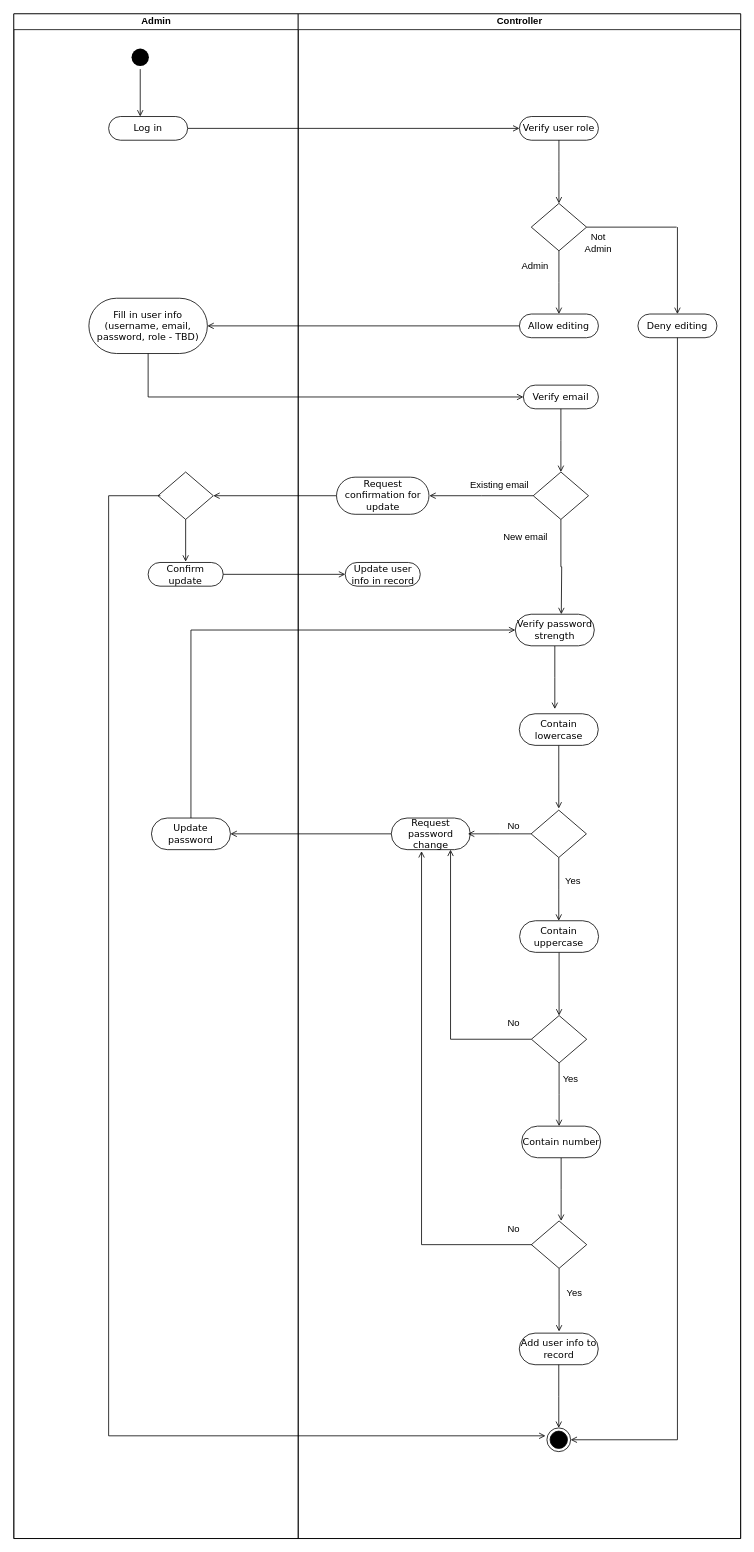
Earlier version of the draw.io diagram Activity_Diagram_Admin _Add_a_new_user.drawio (panda1835/Fulbright_SoftwareEngineering_FinalProject). Source tidied: cells renumbered, new cells numbered last; positions are measured from the earlier drawing's top-left corner, leaving out a move shared by most shapes. Both pictures are drawn from the tidied source at 79%, with x=0, y=0 at pixel (13, 13).
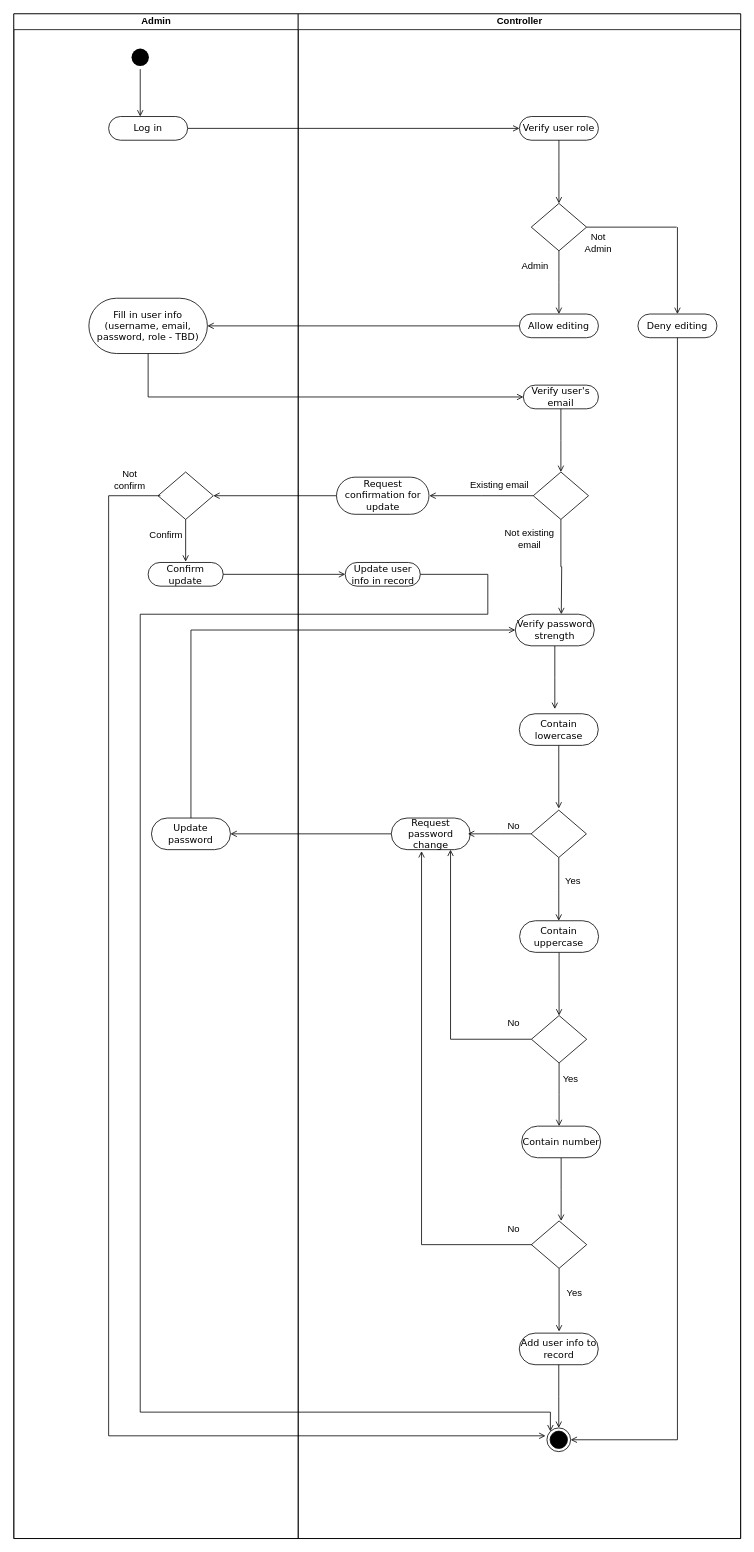
After the change.

The change refers to these unchanged cells:
```xml
<mxCell id="5" value="Admin" style="swimlane;html=1;startSize=20;" parent="2" vertex="1">
  <mxGeometry width="360" height="1930" as="geometry" />
</mxCell>
<mxCell id="14" value="Controller" style="swimlane;html=1;startSize=20;" parent="2" vertex="1">
  <mxGeometry x="360" width="560" height="1930" as="geometry" />
</mxCell>
<mxCell id="22" value="Update user info in record" style="rounded=1;whiteSpace=wrap;html=1;shadow=0;comic=0;labelBackgroundColor=none;strokeWidth=1;fontFamily=Verdana;fontSize=12;align=center;arcSize=50;" parent="14" vertex="1">
  <mxGeometry x="59.5" y="694.5" width="95" height="30" as="geometry" />
</mxCell>
<mxCell id="41" style="ellipse;html=1;shape=endState;fillColor=#000000;" parent="14" vertex="1">
  <mxGeometry x="314.8" y="1790" width="30" height="30" as="geometry" />
</mxCell>
```

What changed in the source:
```diff
@@
+    <mxCell id="73" value="Not confirm" style="text;html=1;strokeColor=none;fillColor=none;align=center;verticalAlign=middle;whiteSpace=wrap;rounded=0;" parent="5" vertex="1">
+      <mxGeometry x="120" y="580" width="54" height="20" as="geometry" />
+    </mxCell>
+    <mxCell id="74" value="Confirm" style="text;html=1;strokeColor=none;fillColor=none;align=center;verticalAlign=middle;whiteSpace=wrap;rounded=0;" parent="5" vertex="1">
+      <mxGeometry x="166" y="650" width="54" height="20" as="geometry" />
+    </mxCell>
@@
-    <mxCell id="40" value="New email" style="text;html=1;strokeColor=none;fillColor=none;align=center;verticalAlign=middle;whiteSpace=wrap;rounded=0;" parent="14" vertex="1">
-      <mxGeometry x="247.8" y="653" width="80" height="20" as="geometry" />
+    <mxCell id="40" value="Not existing email" style="text;html=1;strokeColor=none;fillColor=none;align=center;verticalAlign=middle;whiteSpace=wrap;rounded=0;" parent="14" vertex="1">
+      <mxGeometry x="252.8" y="650" width="80" height="30" as="geometry" />
     </mxCell>
@@
-    <mxCell id="55" value="Verify email" style="rounded=1;whiteSpace=wrap;html=1;shadow=0;comic=0;labelBackgroundColor=none;strokeWidth=1;fontFamily=Verdana;fontSize=12;align=center;arcSize=50;" parent="14" vertex="1">
+    <mxCell id="55" value="Verify user's email" style="rounded=1;whiteSpace=wrap;html=1;shadow=0;comic=0;labelBackgroundColor=none;strokeWidth=1;fontFamily=Verdana;fontSize=12;align=center;arcSize=50;" parent="14" vertex="1">
       <mxGeometry x="285" y="470" width="95" height="30" as="geometry" />
     </mxCell>
@@
+    <mxCell id="75" style="edgeStyle=orthogonalEdgeStyle;rounded=0;jettySize=auto;html=1;endArrow=open;endFill=0;entryX=0;entryY=0;entryDx=0;entryDy=0;" parent="14" edge="1" source="22" target="41">
+      <mxGeometry relative="1" as="geometry">
+        <Array as="points">
+          <mxPoint x="240" y="710" />
+          <mxPoint x="240" y="760" />
+          <mxPoint x="-200" y="760" />
+          <mxPoint x="-200" y="1770" />
+          <mxPoint x="319" y="1770" />
+        </Array>
+      </mxGeometry>
+    </mxCell>
```
